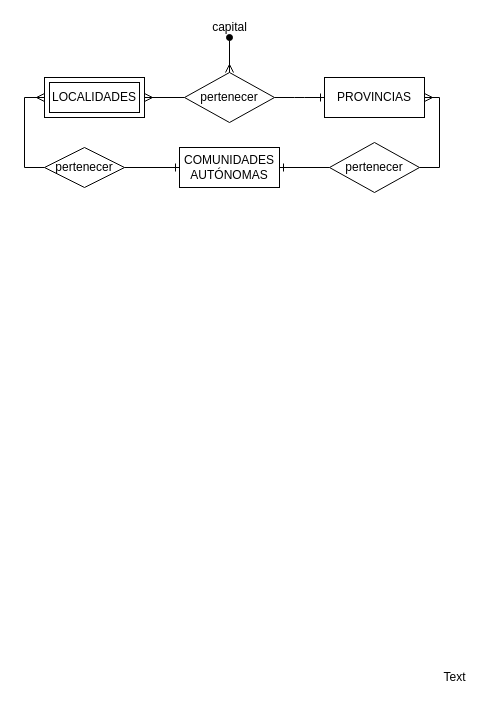
idominguez25/Curso_JavaAngular keeps this draw.io diagram as Untitled Diagram.drawio. Above is the earlier version. Source tidied: cells renumbered, new cells numbered last; positions are measured from the earlier drawing's top-left corner, leaving out a move shared by most shapes. Both pictures are drawn from the tidied source at 100%, with x=0, y=0 at pixel (44, 17).
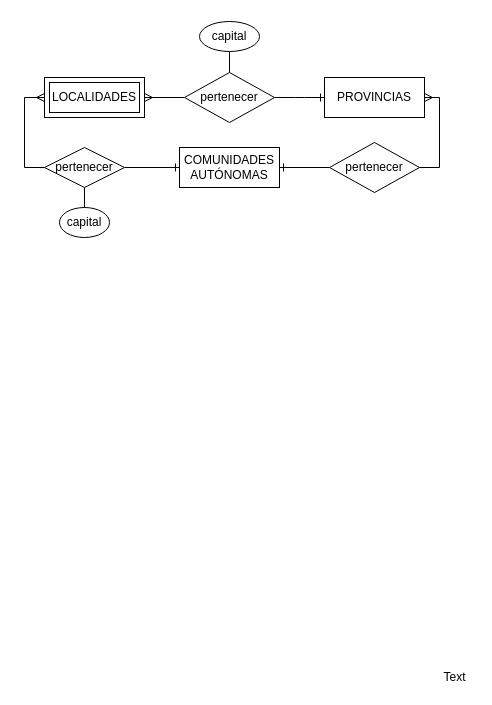
The same page after the edit.

What changed in the source:
```diff
@@
 <mxGraphModel>
   <root>
     <mxCell id="0" />
     <mxCell id="1" parent="0" />
     <mxCell id="2" style="edgeStyle=entityRelationEdgeStyle;endArrow=ERone;startArrow=none;endFill=0;startFill=0;" parent="1" edge="1" source="4" target="11">
       <mxGeometry relative="1" as="geometry" />
     </mxCell>
     <mxCell id="3" style="edgeStyle=entityRelationEdgeStyle;endArrow=none;startArrow=ERmany;endFill=0;startFill=0;rounded=0;" parent="1" edge="1" source="14" target="4">
       <mxGeometry relative="1" as="geometry" />
     </mxCell>
     <mxCell id="4" value="pertenecer" style="shape=rhombus;perimeter=rhombusPerimeter;whiteSpace=wrap;html=1;align=center;" parent="1" vertex="1">
       <mxGeometry x="140" y="55" width="90" height="50" as="geometry" />
     </mxCell>
     <mxCell id="5" style="edgeStyle=orthogonalEdgeStyle;rounded=0;jettySize=auto;html=1;exitX=0;exitY=0.5;exitDx=0;exitDy=0;startArrow=none;startFill=0;endArrow=ERmany;endFill=0;entryX=0;entryY=0.5;entryDx=0;entryDy=0;" parent="1" edge="1" source="9" target="14">
       <mxGeometry relative="1" as="geometry" />
     </mxCell>
     <mxCell id="6" style="edgeStyle=orthogonalEdgeStyle;rounded=0;jettySize=auto;html=1;entryX=1;entryY=0.5;entryDx=0;entryDy=0;startArrow=none;startFill=0;endArrow=ERmany;endFill=0;exitX=1;exitY=0.5;exitDx=0;exitDy=0;" parent="1" edge="1" source="7" target="11">
       <mxGeometry relative="1" as="geometry" />
     </mxCell>
     <mxCell id="7" value="pertenecer" style="shape=rhombus;perimeter=rhombusPerimeter;whiteSpace=wrap;html=1;align=center;" parent="1" vertex="1">
       <mxGeometry x="285" y="125" width="90" height="50" as="geometry" />
     </mxCell>
     <mxCell id="8" style="edgeStyle=orthogonalEdgeStyle;rounded=0;jettySize=auto;html=1;entryX=0;entryY=0.5;entryDx=0;entryDy=0;startArrow=ERone;startFill=0;endArrow=none;endFill=0;" parent="1" edge="1" source="12" target="7">
       <mxGeometry relative="1" as="geometry" />
     </mxCell>
+    <mxCell id="17" style="edgeStyle=orthogonalEdgeStyle;rounded=0;jettySize=auto;html=1;startArrow=none;startFill=0;endArrow=none;endFill=0;strokeColor=#000000;" parent="1" edge="1" source="9" target="20">
+      <mxGeometry relative="1" as="geometry" />
+    </mxCell>
     <mxCell id="9" value="pertenecer" style="shape=rhombus;perimeter=rhombusPerimeter;whiteSpace=wrap;html=1;align=center;" parent="1" vertex="1">
       <mxGeometry y="130" width="80" height="40" as="geometry" />
     </mxCell>
     <mxCell id="10" style="edgeStyle=orthogonalEdgeStyle;rounded=0;jettySize=auto;html=1;exitX=0;exitY=0.5;exitDx=0;exitDy=0;startArrow=ERone;startFill=0;endArrow=none;endFill=0;" parent="1" edge="1" source="12" target="9">
       <mxGeometry relative="1" as="geometry" />
     </mxCell>
     <mxCell id="11" value="PROVINCIAS" style="whiteSpace=wrap;html=1;align=center;" parent="1" vertex="1">
       <mxGeometry x="280" y="60" width="100" height="40" as="geometry" />
     </mxCell>
     <mxCell id="12" value="COMUNIDADES AUTÓNOMAS" style="whiteSpace=wrap;html=1;align=center;" parent="1" vertex="1">
       <mxGeometry x="135" y="130" width="100" height="40" as="geometry" />
     </mxCell>
     <mxCell id="13" value="Text" style="text;html=1;align=center;verticalAlign=middle;" parent="1" vertex="1">
       <mxGeometry x="390" y="650" width="40" height="20" as="geometry" />
     </mxCell>
     <mxCell id="14" value="LOCALIDADES" style="shape=ext;margin=3;double=1;whiteSpace=wrap;html=1;align=center;" parent="1" vertex="1">
       <mxGeometry y="60" width="100" height="40" as="geometry" />
     </mxCell>
-    <mxCell id="15" style="edgeStyle=orthogonalEdgeStyle;rounded=0;jettySize=auto;html=1;startArrow=oval;startFill=1;endArrow=ERmany;endFill=0;strokeColor=#000000;" parent="1" edge="1" source="16" target="4">
-      <mxGeometry relative="1" as="geometry" />
-    </mxCell>
-    <mxCell id="16" value="capital" style="text;html=1;align=center;verticalAlign=middle;points=[];" parent="1" vertex="1">
-      <mxGeometry x="160" width="50" height="20" as="geometry" />
-    </mxCell>
+    <mxCell id="18" value="capital" style="ellipse;whiteSpace=wrap;html=1;align=center;" parent="1" vertex="1">
+      <mxGeometry x="155" y="4" width="60" height="30" as="geometry" />
+    </mxCell>
+    <mxCell id="19" style="edgeStyle=orthogonalEdgeStyle;rounded=0;jettySize=auto;html=1;startArrow=none;startFill=0;endArrow=none;endFill=0;strokeColor=#000000;exitX=0.5;exitY=0;exitDx=0;exitDy=0;" parent="1" edge="1" source="4" target="18">
+      <mxGeometry relative="1" as="geometry" />
+    </mxCell>
+    <mxCell id="20" value="capital" style="ellipse;whiteSpace=wrap;html=1;" parent="1" vertex="1">
+      <mxGeometry x="15" y="190" width="50" height="30" as="geometry" />
+    </mxCell>
   </root>
 </mxGraphModel>
```
